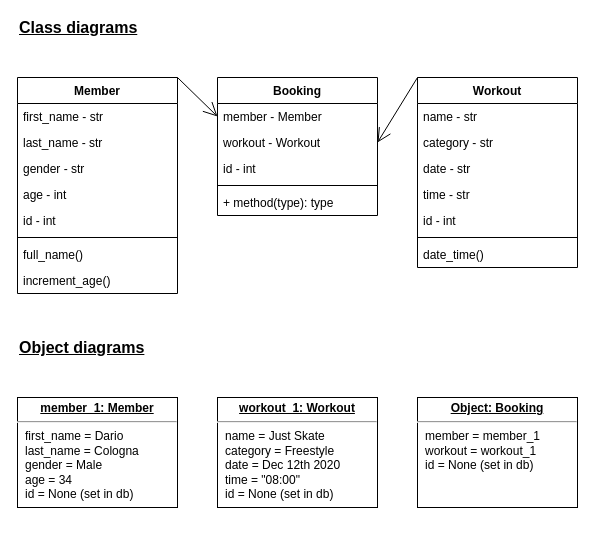
Above: planning/classes.drawio in Stanhoucke/gym_web_app (draw.io), before the change. Source tidied: cells renumbered, new cells numbered last; positions are measured from the earlier drawing's top-left corner, leaving out a move shared by most shapes. Both pictures are drawn from the tidied source at 100%, with x=0, y=0 at pixel (17, 17).
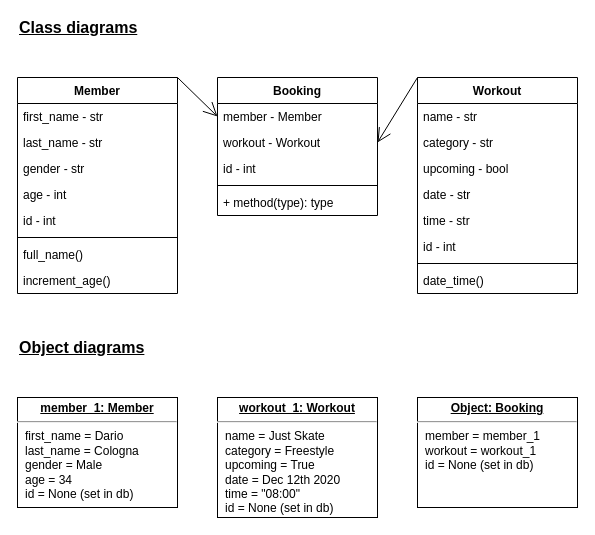
The same diagram, later.

The edit, as a diff of the source:
```diff
@@
     <mxCell id="11" value="Workout" style="swimlane;fontStyle=1;align=center;verticalAlign=top;horizontal=1;startSize=26;" parent="1" vertex="1">
-      <mxGeometry x="400" y="60" width="160" height="190" as="geometry" />
+      <mxGeometry x="400" y="60" width="160" height="216" as="geometry" />
     </mxCell>
@@
+    <mxCell id="32" value="upcoming - bool" style="text;strokeColor=none;fillColor=none;align=left;verticalAlign=top;spacingLeft=4;spacingRight=4;overflow=hidden;" parent="11" vertex="1">
+      <mxGeometry y="78" width="160" height="26" as="geometry" />
+    </mxCell>
     <mxCell id="14" value="date - str" style="text;strokeColor=none;fillColor=none;align=left;verticalAlign=top;spacingLeft=4;spacingRight=4;overflow=hidden;" parent="11" vertex="1">
-      <mxGeometry y="78" width="160" height="26" as="geometry" />
+      <mxGeometry y="104" width="160" height="26" as="geometry" />
     </mxCell>
     <mxCell id="15" value="time - str" style="text;strokeColor=none;fillColor=none;align=left;verticalAlign=top;spacingLeft=4;spacingRight=4;overflow=hidden;" parent="11" vertex="1">
-      <mxGeometry y="104" width="160" height="26" as="geometry" />
+      <mxGeometry y="130" width="160" height="26" as="geometry" />
     </mxCell>
     <mxCell id="16" value="id - int" style="text;strokeColor=none;fillColor=none;align=left;verticalAlign=top;spacingLeft=4;spacingRight=4;overflow=hidden;" parent="11" vertex="1">
-      <mxGeometry y="130" width="160" height="26" as="geometry" />
+      <mxGeometry y="156" width="160" height="26" as="geometry" />
     </mxCell>
     <mxCell id="17" style="line;strokeWidth=1;fillColor=none;align=left;verticalAlign=middle;spacingTop=-1;spacingLeft=3;spacingRight=3;labelPosition=right;" parent="11" vertex="1">
-      <mxGeometry y="156" width="160" height="8" as="geometry" />
+      <mxGeometry y="182" width="160" height="8" as="geometry" />
     </mxCell>
     <mxCell id="18" value="date_time()" style="text;strokeColor=none;fillColor=none;align=left;verticalAlign=top;spacingLeft=4;spacingRight=4;overflow=hidden;" parent="11" vertex="1">
-      <mxGeometry y="164" width="160" height="26" as="geometry" />
+      <mxGeometry y="190" width="160" height="26" as="geometry" />
     </mxCell>
@@
-    <mxCell id="30" value="&lt;p style=&quot;margin: 0px ; margin-top: 4px ; text-align: center ; text-decoration: underline&quot;&gt;&lt;b&gt;workout_1: Workout&lt;/b&gt;&lt;/p&gt;&lt;hr&gt;&lt;p style=&quot;margin: 0px ; margin-left: 8px&quot;&gt;name = Just Skate&lt;/p&gt;&lt;p style=&quot;margin: 0px ; margin-left: 8px&quot;&gt;category = Freestyle&lt;br&gt;date = Dec 12th 2020&lt;br&gt;time = &quot;08:00&quot;&lt;/p&gt;&lt;p style=&quot;margin: 0px ; margin-left: 8px&quot;&gt;id = None (set in db)&lt;/p&gt;" style="verticalAlign=top;align=left;overflow=fill;fontSize=12;fontFamily=Helvetica;html=1;" parent="1" vertex="1">
-      <mxGeometry x="200" y="380" width="160" height="110" as="geometry" />
+    <mxCell id="30" value="&lt;p style=&quot;margin: 0px ; margin-top: 4px ; text-align: center ; text-decoration: underline&quot;&gt;&lt;b&gt;workout_1: Workout&lt;/b&gt;&lt;/p&gt;&lt;hr&gt;&lt;p style=&quot;margin: 0px ; margin-left: 8px&quot;&gt;name = Just Skate&lt;/p&gt;&lt;p style=&quot;margin: 0px ; margin-left: 8px&quot;&gt;category = Freestyle&lt;/p&gt;&lt;p style=&quot;margin: 0px ; margin-left: 8px&quot;&gt;upcoming = True&lt;br&gt;date = Dec 12th 2020&lt;br&gt;time = &quot;08:00&quot;&lt;/p&gt;&lt;p style=&quot;margin: 0px ; margin-left: 8px&quot;&gt;id = None (set in db)&lt;/p&gt;" style="verticalAlign=top;align=left;overflow=fill;fontSize=12;fontFamily=Helvetica;html=1;" parent="1" vertex="1">
+      <mxGeometry x="200" y="380" width="160" height="120" as="geometry" />
     </mxCell>
```
